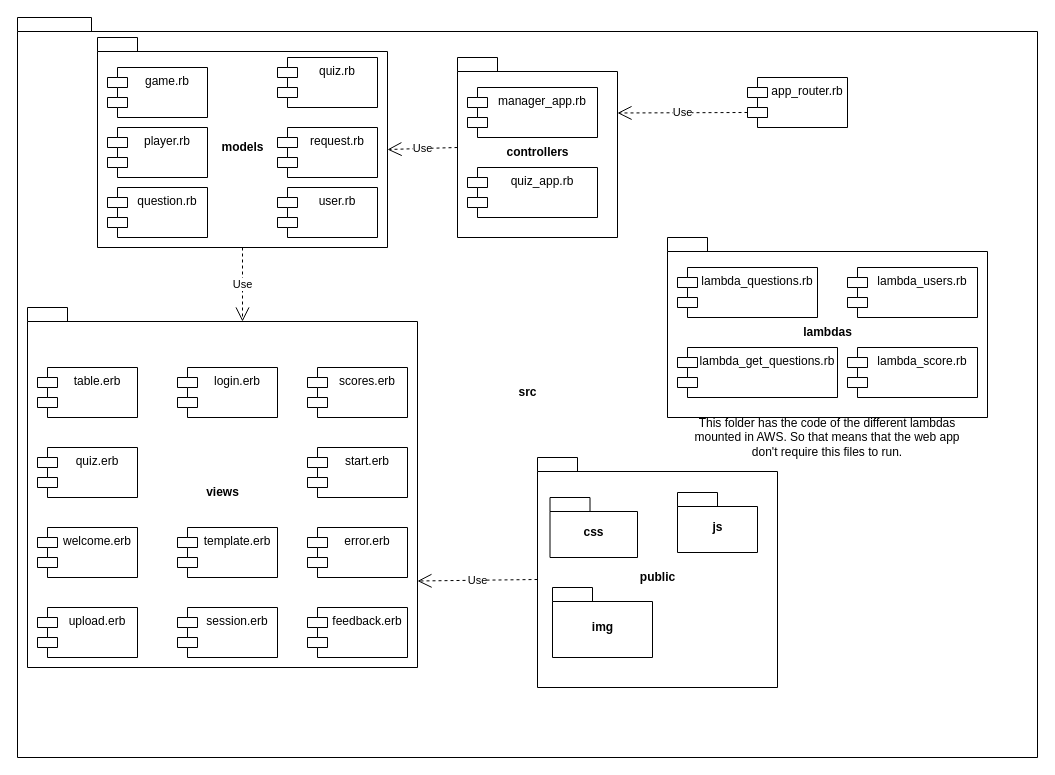
This is img/development-view.drawio from FelipeOsornio/QuizApp, a draw.io file, before an edit. Source tidied: cells renumbered, new cells numbered last; positions are measured from the earlier drawing's top-left corner, leaving out a move shared by most shapes. Both pictures are drawn from the tidied source at 100%, with x=0, y=0 at pixel (17, 17).
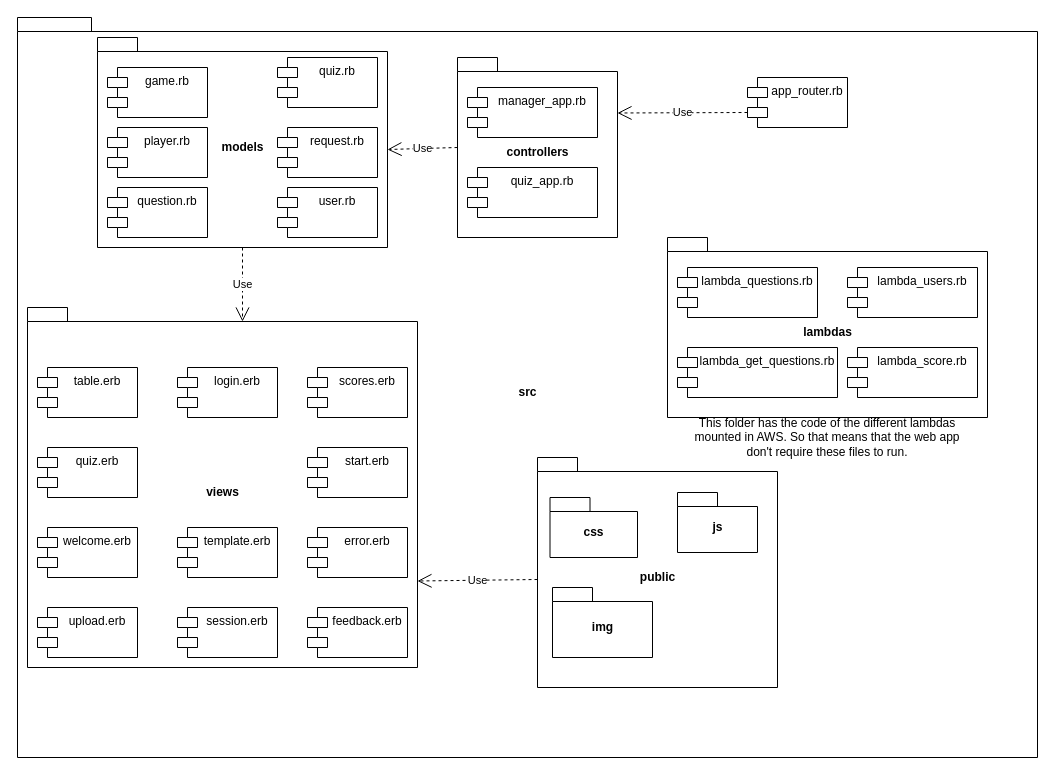
The same diagram, later.

Diff of the diagram source:
```diff
@@
-    <mxCell id="38" value="This folder has the code of the different lambdas mounted in AWS. So that means that the web app don't require this files to run." style="text;html=1;strokeColor=none;fillColor=none;align=center;verticalAlign=middle;whiteSpace=wrap;rounded=0;" parent="1" vertex="1">
+    <mxCell id="38" value="This folder has the code of the different lambdas mounted in AWS. So that means that the web app don't require these files to run." style="text;html=1;strokeColor=none;fillColor=none;align=center;verticalAlign=middle;whiteSpace=wrap;rounded=0;" parent="1" vertex="1">
       <mxGeometry x="670" y="410" width="280" height="20" as="geometry" />
     </mxCell>
```
